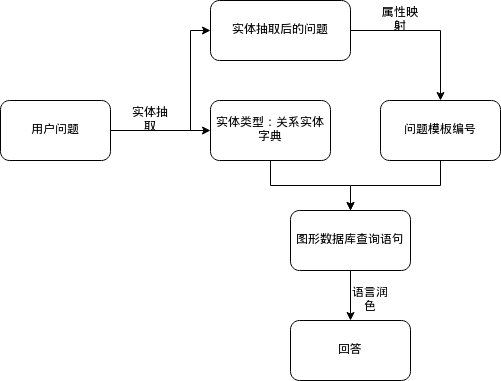
Shuojia-Huang/QA-System-KB- keeps this draw.io diagram as document/ppt/ppt-picture/结构图.png. Above is the earlier version. Source tidied: cells renumbered, new cells last; positions are measured from the earlier drawing's top-left corner, leaving out a move shared by most shapes. The source it was exported from:
```xml
<mxGraphModel>
  <root>
    <mxCell id="0" />
    <mxCell id="1" parent="0" />
    <mxCell id="2" style="edgeStyle=orthogonalEdgeStyle;rounded=0;jettySize=auto;html=1;exitX=1;exitY=0.5;exitDx=0;exitDy=0;entryX=0;entryY=0.5;entryDx=0;entryDy=0;" parent="1" edge="1" source="4" target="6">
      <mxGeometry relative="1" as="geometry">
        <Array as="points">
          <mxPoint x="190" y="130" />
          <mxPoint x="190" y="30" />
        </Array>
      </mxGeometry>
    </mxCell>
    <mxCell id="3" style="edgeStyle=orthogonalEdgeStyle;rounded=0;jettySize=auto;html=1;exitX=1;exitY=0.5;exitDx=0;exitDy=0;entryX=0;entryY=0.5;entryDx=0;entryDy=0;" parent="1" edge="1" source="4" target="10">
      <mxGeometry relative="1" as="geometry" />
    </mxCell>
    <mxCell id="4" value="用户问题" style="rounded=1;whiteSpace=wrap;html=1;" parent="1" vertex="1">
      <mxGeometry y="100" width="110" height="60" as="geometry" />
    </mxCell>
    <mxCell id="5" style="edgeStyle=orthogonalEdgeStyle;rounded=0;jettySize=auto;html=1;exitX=1;exitY=0.5;exitDx=0;exitDy=0;entryX=0.5;entryY=0;entryDx=0;entryDy=0;" parent="1" edge="1" source="6" target="8">
      <mxGeometry relative="1" as="geometry" />
    </mxCell>
    <mxCell id="6" value="实体抽取后的问题" style="rounded=1;whiteSpace=wrap;html=1;" parent="1" vertex="1">
      <mxGeometry x="210" width="140" height="60" as="geometry" />
    </mxCell>
    <mxCell id="7" style="edgeStyle=orthogonalEdgeStyle;rounded=0;jettySize=auto;html=1;exitX=0.5;exitY=1;exitDx=0;exitDy=0;entryX=0.5;entryY=0;entryDx=0;entryDy=0;" parent="1" edge="1" source="8" target="12">
      <mxGeometry relative="1" as="geometry" />
    </mxCell>
    <mxCell id="8" value="问题模板编号" style="rounded=1;whiteSpace=wrap;html=1;" parent="1" vertex="1">
      <mxGeometry x="380" y="100" width="120" height="60" as="geometry" />
    </mxCell>
    <mxCell id="9" style="edgeStyle=orthogonalEdgeStyle;rounded=0;jettySize=auto;html=1;exitX=0.5;exitY=1;exitDx=0;exitDy=0;entryX=0.5;entryY=0;entryDx=0;entryDy=0;" parent="1" edge="1" source="10" target="12">
      <mxGeometry relative="1" as="geometry" />
    </mxCell>
    <mxCell id="10" value="实体类型：关系实体字典" style="rounded=1;whiteSpace=wrap;html=1;" parent="1" vertex="1">
      <mxGeometry x="210" y="100" width="120" height="60" as="geometry" />
    </mxCell>
    <mxCell id="11" style="edgeStyle=orthogonalEdgeStyle;rounded=0;jettySize=auto;html=1;exitX=0.5;exitY=1;exitDx=0;exitDy=0;entryX=0.5;entryY=0;entryDx=0;entryDy=0;" parent="1" edge="1" source="12" target="13">
      <mxGeometry relative="1" as="geometry" />
    </mxCell>
    <mxCell id="12" value="图形数据库查询语句" style="rounded=1;whiteSpace=wrap;html=1;" parent="1" vertex="1">
      <mxGeometry x="290" y="210" width="120" height="60" as="geometry" />
    </mxCell>
    <mxCell id="13" value="回答" style="rounded=1;whiteSpace=wrap;html=1;" parent="1" vertex="1">
      <mxGeometry x="290" y="320" width="120" height="60" as="geometry" />
    </mxCell>
    <mxCell id="14" value="实体抽取" style="text;html=1;strokeColor=none;fillColor=none;align=center;verticalAlign=middle;whiteSpace=wrap;rounded=0;" parent="1" vertex="1">
      <mxGeometry x="130" y="110" width="40" height="20" as="geometry" />
    </mxCell>
    <mxCell id="15" value="属性映射" style="text;html=1;strokeColor=none;fillColor=none;align=center;verticalAlign=middle;whiteSpace=wrap;rounded=0;" parent="1" vertex="1">
      <mxGeometry x="380" y="10" width="40" height="20" as="geometry" />
    </mxCell>
    <mxCell id="16" value="语言润色" style="text;html=1;strokeColor=none;fillColor=none;align=center;verticalAlign=middle;whiteSpace=wrap;rounded=0;" parent="1" vertex="1">
      <mxGeometry x="350" y="290" width="40" height="20" as="geometry" />
    </mxCell>
  </root>
</mxGraphModel>
```
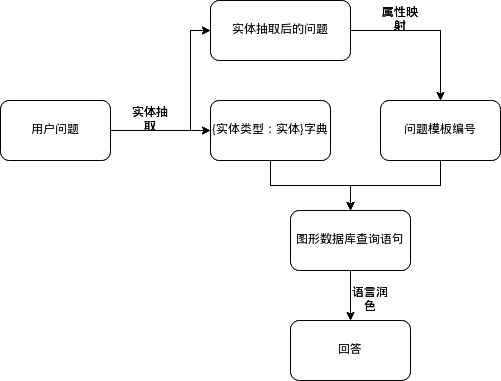
Later version of the same file.

The edit, as a diff of the source:
```diff
@@ -13,34 +13,34 @@
     <mxCell id="3" style="edgeStyle=orthogonalEdgeStyle;rounded=0;jettySize=auto;html=1;exitX=1;exitY=0.5;exitDx=0;exitDy=0;entryX=0;entryY=0.5;entryDx=0;entryDy=0;" parent="1" edge="1" source="4" target="10">
       <mxGeometry relative="1" as="geometry" />
     </mxCell>
-    <mxCell id="4" value="用户问题" style="rounded=1;whiteSpace=wrap;html=1;" parent="1" vertex="1">
+    <mxCell id="4" value="华为是什么" style="rounded=1;whiteSpace=wrap;html=1;" parent="1" vertex="1">
       <mxGeometry y="100" width="110" height="60" as="geometry" />
     </mxCell>
     <mxCell id="5" style="edgeStyle=orthogonalEdgeStyle;rounded=0;jettySize=auto;html=1;exitX=1;exitY=0.5;exitDx=0;exitDy=0;entryX=0.5;entryY=0;entryDx=0;entryDy=0;" parent="1" edge="1" source="6" target="8">
       <mxGeometry relative="1" as="geometry" />
     </mxCell>
-    <mxCell id="6" value="实体抽取后的问题" style="rounded=1;whiteSpace=wrap;html=1;" parent="1" vertex="1">
+    <mxCell id="6" value="(企业)是什么" style="rounded=1;whiteSpace=wrap;html=1;" parent="1" vertex="1">
       <mxGeometry x="210" width="140" height="60" as="geometry" />
     </mxCell>
     <mxCell id="7" style="edgeStyle=orthogonalEdgeStyle;rounded=0;jettySize=auto;html=1;exitX=0.5;exitY=1;exitDx=0;exitDy=0;entryX=0.5;entryY=0;entryDx=0;entryDy=0;" parent="1" edge="1" source="8" target="12">
       <mxGeometry relative="1" as="geometry" />
     </mxCell>
-    <mxCell id="8" value="问题模板编号" style="rounded=1;whiteSpace=wrap;html=1;" parent="1" vertex="1">
+    <mxCell id="8" value="问题模板0：企业的介绍" style="rounded=1;whiteSpace=wrap;html=1;" parent="1" vertex="1">
       <mxGeometry x="380" y="100" width="120" height="60" as="geometry" />
     </mxCell>
     <mxCell id="9" style="edgeStyle=orthogonalEdgeStyle;rounded=0;jettySize=auto;html=1;exitX=0.5;exitY=1;exitDx=0;exitDy=0;entryX=0.5;entryY=0;entryDx=0;entryDy=0;" parent="1" edge="1" source="10" target="12">
       <mxGeometry relative="1" as="geometry" />
     </mxCell>
-    <mxCell id="10" value="实体类型：关系实体字典" style="rounded=1;whiteSpace=wrap;html=1;" parent="1" vertex="1">
+    <mxCell id="10" value="{企业：华为}" style="rounded=1;whiteSpace=wrap;html=1;" parent="1" vertex="1">
       <mxGeometry x="210" y="100" width="120" height="60" as="geometry" />
     </mxCell>
     <mxCell id="11" style="edgeStyle=orthogonalEdgeStyle;rounded=0;jettySize=auto;html=1;exitX=0.5;exitY=1;exitDx=0;exitDy=0;entryX=0.5;entryY=0;entryDx=0;entryDy=0;" parent="1" edge="1" source="12" target="13">
       <mxGeometry relative="1" as="geometry" />
     </mxCell>
-    <mxCell id="12" value="图形数据库查询语句" style="rounded=1;whiteSpace=wrap;html=1;" parent="1" vertex="1">
+    <mxCell id="12" value="match (n:企业) where n.name='华为' return n" style="rounded=1;whiteSpace=wrap;html=1;" parent="1" vertex="1">
       <mxGeometry x="290" y="210" width="120" height="60" as="geometry" />
     </mxCell>
-    <mxCell id="13" value="回答" style="rounded=1;whiteSpace=wrap;html=1;" parent="1" vertex="1">
+    <mxCell id="13" value="华为是一个科技公司..." style="rounded=1;whiteSpace=wrap;html=1;" parent="1" vertex="1">
       <mxGeometry x="290" y="320" width="120" height="60" as="geometry" />
     </mxCell>
     <mxCell id="14" value="实体抽取" style="text;html=1;strokeColor=none;fillColor=none;align=center;verticalAlign=middle;whiteSpace=wrap;rounded=0;" parent="1" vertex="1">
@@ -52,5 +52,55 @@
     <mxCell id="16" value="语言润色" style="text;html=1;strokeColor=none;fillColor=none;align=center;verticalAlign=middle;whiteSpace=wrap;rounded=0;" parent="1" vertex="1">
       <mxGeometry x="350" y="290" width="40" height="20" as="geometry" />
     </mxCell>
+    <mxCell id="17" style="edgeStyle=orthogonalEdgeStyle;rounded=0;jettySize=auto;html=1;exitX=1;exitY=0.5;exitDx=0;exitDy=0;entryX=0;entryY=0.5;entryDx=0;entryDy=0;" parent="1" edge="1" source="19" target="21">
+      <mxGeometry relative="1" as="geometry">
+        <Array as="points">
+          <mxPoint x="190" y="130" />
+          <mxPoint x="190" y="30" />
+        </Array>
+      </mxGeometry>
+    </mxCell>
+    <mxCell id="18" style="edgeStyle=orthogonalEdgeStyle;rounded=0;jettySize=auto;html=1;exitX=1;exitY=0.5;exitDx=0;exitDy=0;entryX=0;entryY=0.5;entryDx=0;entryDy=0;" parent="1" edge="1" source="19" target="25">
+      <mxGeometry relative="1" as="geometry" />
+    </mxCell>
+    <mxCell id="19" value="用户问题" style="rounded=1;whiteSpace=wrap;html=1;" parent="1" vertex="1">
+      <mxGeometry y="100" width="110" height="60" as="geometry" />
+    </mxCell>
+    <mxCell id="20" style="edgeStyle=orthogonalEdgeStyle;rounded=0;jettySize=auto;html=1;exitX=1;exitY=0.5;exitDx=0;exitDy=0;entryX=0.5;entryY=0;entryDx=0;entryDy=0;" parent="1" edge="1" source="21" target="23">
+      <mxGeometry relative="1" as="geometry" />
+    </mxCell>
+    <mxCell id="21" value="实体抽取后的问题" style="rounded=1;whiteSpace=wrap;html=1;" parent="1" vertex="1">
+      <mxGeometry x="210" width="140" height="60" as="geometry" />
+    </mxCell>
+    <mxCell id="22" style="edgeStyle=orthogonalEdgeStyle;rounded=0;jettySize=auto;html=1;exitX=0.5;exitY=1;exitDx=0;exitDy=0;entryX=0.5;entryY=0;entryDx=0;entryDy=0;" parent="1" edge="1" source="23" target="27">
+      <mxGeometry relative="1" as="geometry" />
+    </mxCell>
+    <mxCell id="23" value="问题模板编号" style="rounded=1;whiteSpace=wrap;html=1;" parent="1" vertex="1">
+      <mxGeometry x="380" y="100" width="120" height="60" as="geometry" />
+    </mxCell>
+    <mxCell id="24" style="edgeStyle=orthogonalEdgeStyle;rounded=0;jettySize=auto;html=1;exitX=0.5;exitY=1;exitDx=0;exitDy=0;entryX=0.5;entryY=0;entryDx=0;entryDy=0;" parent="1" edge="1" source="25" target="27">
+      <mxGeometry relative="1" as="geometry" />
+    </mxCell>
+    <mxCell id="25" value="{实体类型：实体}字典" style="rounded=1;whiteSpace=wrap;html=1;" parent="1" vertex="1">
+      <mxGeometry x="210" y="100" width="120" height="60" as="geometry" />
+    </mxCell>
+    <mxCell id="26" style="edgeStyle=orthogonalEdgeStyle;rounded=0;jettySize=auto;html=1;exitX=0.5;exitY=1;exitDx=0;exitDy=0;entryX=0.5;entryY=0;entryDx=0;entryDy=0;" parent="1" edge="1" source="27" target="28">
+      <mxGeometry relative="1" as="geometry" />
+    </mxCell>
+    <mxCell id="27" value="图形数据库查询语句" style="rounded=1;whiteSpace=wrap;html=1;" parent="1" vertex="1">
+      <mxGeometry x="290" y="210" width="120" height="60" as="geometry" />
+    </mxCell>
+    <mxCell id="28" value="回答" style="rounded=1;whiteSpace=wrap;html=1;" parent="1" vertex="1">
+      <mxGeometry x="290" y="320" width="120" height="60" as="geometry" />
+    </mxCell>
+    <mxCell id="29" value="实体抽取" style="text;html=1;strokeColor=none;fillColor=none;align=center;verticalAlign=middle;whiteSpace=wrap;rounded=0;" parent="1" vertex="1">
+      <mxGeometry x="130" y="110" width="40" height="20" as="geometry" />
+    </mxCell>
+    <mxCell id="30" value="属性映射" style="text;html=1;strokeColor=none;fillColor=none;align=center;verticalAlign=middle;whiteSpace=wrap;rounded=0;" parent="1" vertex="1">
+      <mxGeometry x="380" y="10" width="40" height="20" as="geometry" />
+    </mxCell>
+    <mxCell id="31" value="语言润色" style="text;html=1;strokeColor=none;fillColor=none;align=center;verticalAlign=middle;whiteSpace=wrap;rounded=0;" parent="1" vertex="1">
+      <mxGeometry x="350" y="290" width="40" height="20" as="geometry" />
+    </mxCell>
   </root>
 </mxGraphModel>
```
